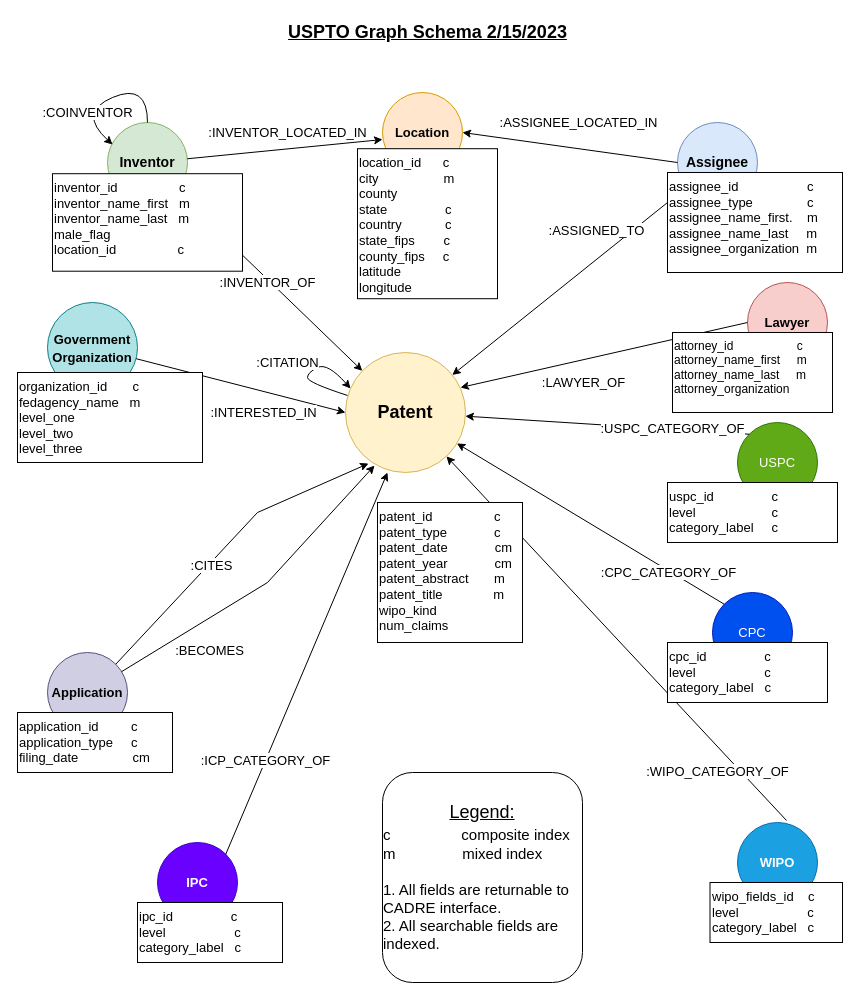
Earlier version of the draw.io diagram uspto20220630/new_uspto_diagram.drawio (iuni-cadre/DataPipelineAndProvenanceForCADRE). Source tidied: cells renumbered, new cells numbered last; positions are measured from the earlier drawing's top-left corner, leaving out a move shared by most shapes. Both pictures are drawn from the tidied source at 100%, with x=0, y=0 at pixel (17, 17).
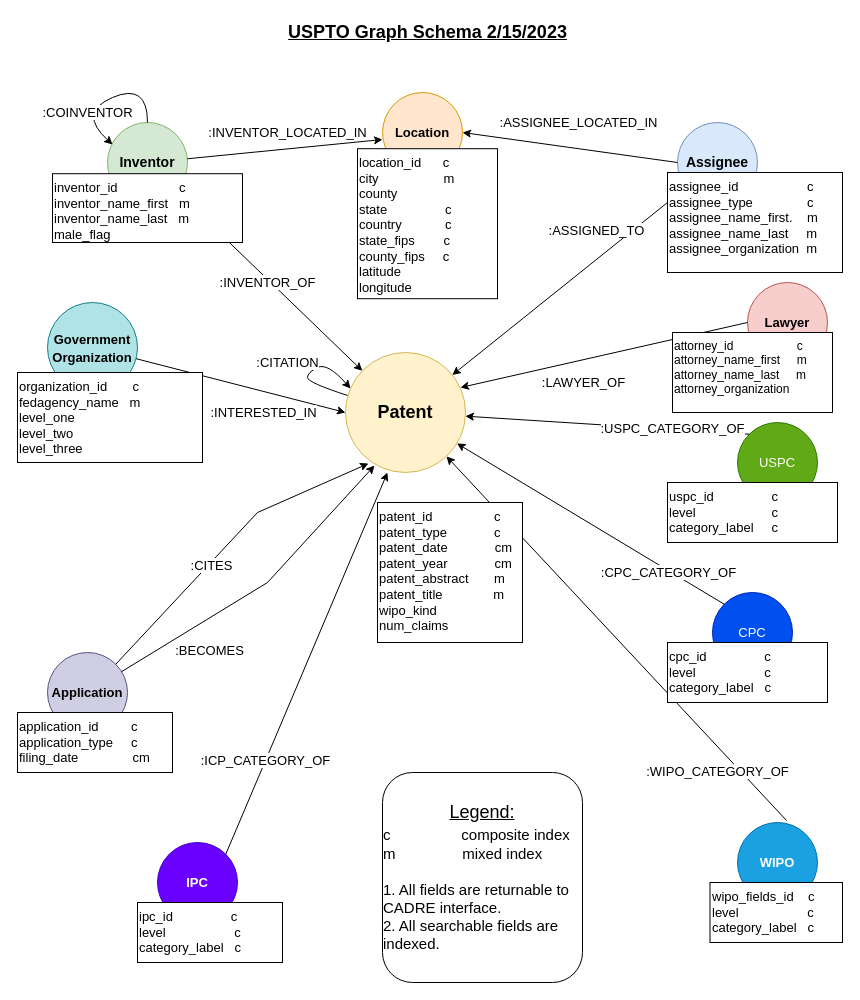
The same page after the edit.

Commit message (it also covers changes not shown here):
Updated graph schema diagrams.

Change to the diagram source:
```diff
@@
-    <mxCell id="16" value="inventor_id &amp;nbsp; &amp;nbsp; &amp;nbsp; &amp;nbsp; &amp;nbsp; &amp;nbsp; &amp;nbsp; &amp;nbsp; c&lt;br&gt;inventor_name_first &amp;nbsp; m inventor_name_last &amp;nbsp; m&lt;br&gt;male_flag&lt;br&gt;location_id &amp;nbsp; &amp;nbsp; &amp;nbsp; &amp;nbsp; &amp;nbsp; &amp;nbsp; &amp;nbsp; &amp;nbsp; c" style="whiteSpace=wrap;html=1;fontSize=13;align=left;verticalAlign=top;" parent="1" vertex="1">
-      <mxGeometry x="35" y="156.2" width="190" height="97.5" as="geometry" />
+    <mxCell id="16" value="inventor_id &amp;nbsp; &amp;nbsp; &amp;nbsp; &amp;nbsp; &amp;nbsp; &amp;nbsp; &amp;nbsp; &amp;nbsp; c&lt;br&gt;inventor_name_first &amp;nbsp; m inventor_name_last &amp;nbsp; m&lt;br&gt;male_flag" style="whiteSpace=wrap;html=1;fontSize=13;align=left;verticalAlign=top;" parent="1" vertex="1">
+      <mxGeometry x="35" y="156.2" width="190" height="68.8" as="geometry" />
     </mxCell>
```
